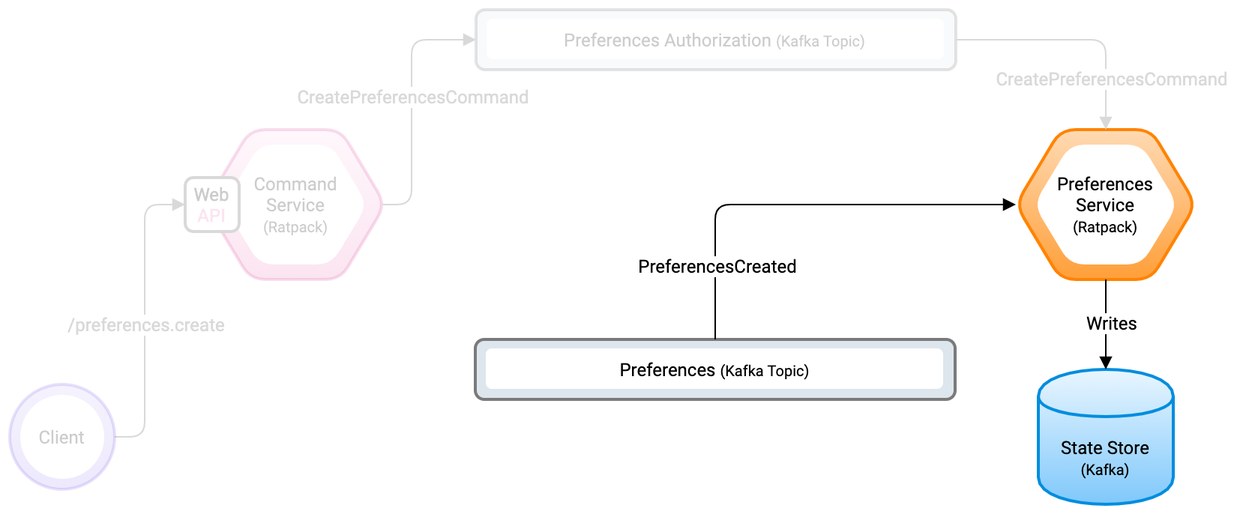
Earlier version of the draw.io export diagrams/kafka-event-store-preferences-service-2.png (pcasas/piggybox). Source tidied: cells renumbered, new cells last; positions are measured from the earlier drawing's top-left corner, leaving out a move shared by most shapes.
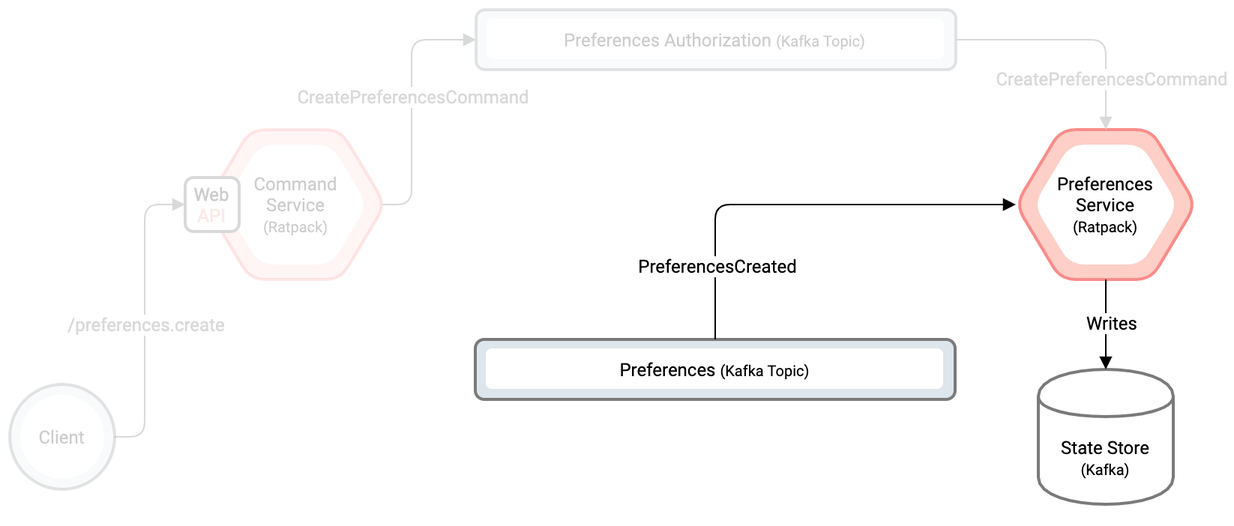
The same diagram one commit later.

What changed in the source:
```diff
@@ -2,25 +2,25 @@
   <root>
     <mxCell id="0" />
     <mxCell id="1" parent="0" />
-    <mxCell id="2" style="shape=hexagon;perimeter=hexagonPerimeter2;whiteSpace=wrap;html=1;strokeWidth=2;fillColor=#FFDAB3;gradientColor=#FF9F39;rounded=1;comic=0;strokeColor=#ff8300;" parent="1" vertex="1">
+    <mxCell id="2" style="shape=hexagon;perimeter=hexagonPerimeter2;whiteSpace=wrap;html=1;strokeWidth=2;fillColor=#FDCFC7;gradientColor=none;rounded=1;comic=0;strokeColor=#F88C8A;" parent="1" vertex="1">
       <mxGeometry x="671" y="80" width="120" height="100" as="geometry" />
     </mxCell>
     <mxCell id="3" value="Preferences&lt;br&gt;Service&lt;br&gt;&lt;font style=&quot;font-size: 10px&quot;&gt;(Ratpack)&lt;/font&gt;" style="shape=hexagon;perimeter=hexagonPerimeter2;whiteSpace=wrap;html=1;strokeWidth=1;fillColor=#FFFFFF;gradientColor=#FFFFFF;dashed=1;fontFamily=Roboto;FType=g;rounded=1;comic=0;strokeColor=none;" parent="1" vertex="1">
       <mxGeometry x="683" y="90" width="96" height="80" as="geometry" />
     </mxCell>
-    <mxCell id="4" value="&lt;font face=&quot;Roboto&quot;&gt;State Store&lt;br&gt;&lt;font style=&quot;font-size: 10px&quot;&gt;(Kafka)&lt;/font&gt;&lt;/font&gt;" style="shape=cylinder;whiteSpace=wrap;html=1;boundedLbl=1;backgroundOutline=1;strokeWidth=2;fillColor=#E9F6FF;gradientColor=#7FC8FB;shadow=0;strokeColor=#008dde;" parent="1" vertex="1">
+    <mxCell id="4" value="&lt;font face=&quot;Roboto&quot;&gt;State Store&lt;br&gt;&lt;font style=&quot;font-size: 10px&quot;&gt;(Kafka)&lt;/font&gt;&lt;/font&gt;" style="shape=cylinder;whiteSpace=wrap;html=1;boundedLbl=1;backgroundOutline=1;strokeWidth=2;fillColor=#FFFFFF;gradientColor=none;shadow=0;strokeColor=#7A7A7A;" parent="1" vertex="1">
       <mxGeometry x="686" y="240" width="90" height="90" as="geometry" />
     </mxCell>
     <mxCell id="5" style="edgeStyle=orthogonalEdgeStyle;rounded=0;orthogonalLoop=1;jettySize=auto;html=1;exitX=0.5;exitY=1;exitDx=0;exitDy=0;startArrow=block;startFill=1;endArrow=block;endFill=1;" parent="1" edge="1" source="4" target="4">
       <mxGeometry relative="1" as="geometry" />
     </mxCell>
-    <mxCell id="6" style="shape=hexagon;perimeter=hexagonPerimeter2;whiteSpace=wrap;html=1;strokeWidth=2;fillColor=#FCD8ED;gradientColor=#EA7AB9;rounded=1;comic=0;strokeColor=#de53a3;textOpacity=20;opacity=20;" parent="1" vertex="1">
+    <mxCell id="6" style="shape=hexagon;perimeter=hexagonPerimeter2;whiteSpace=wrap;html=1;strokeWidth=2;fillColor=#FDCFC7;gradientColor=none;rounded=1;comic=0;strokeColor=#F88C8A;textOpacity=20;opacity=20;" parent="1" vertex="1">
       <mxGeometry x="130.5" y="80" width="120" height="100" as="geometry" />
     </mxCell>
     <mxCell id="7" value="Command&lt;br&gt;Service&lt;br&gt;&lt;font style=&quot;font-size: 10px&quot;&gt;(Ratpack)&lt;/font&gt;" style="shape=hexagon;perimeter=hexagonPerimeter2;whiteSpace=wrap;html=1;strokeWidth=1;fillColor=#FFFFFF;gradientColor=#FFFFFF;dashed=1;fontFamily=Roboto;FType=g;rounded=1;comic=0;strokeColor=none;textOpacity=20;" parent="1" vertex="1">
       <mxGeometry x="142.5" y="90" width="96" height="80" as="geometry" />
     </mxCell>
-    <mxCell id="8" value="&lt;font face=&quot;Roboto&quot;&gt;&lt;b&gt;Web&lt;/b&gt;&lt;br&gt;&lt;font color=&quot;#ea7ab9&quot;&gt;&lt;b&gt;API&lt;/b&gt;&lt;/font&gt;&lt;/font&gt;" style="rounded=1;whiteSpace=wrap;html=1;shadow=0;comic=0;strokeWidth=2;fillColor=#FFF;gradientColor=none;textOpacity=20;strokeColor=#D9D9D9;" parent="1" vertex="1">
+    <mxCell id="8" value="&lt;font face=&quot;Roboto&quot;&gt;&lt;b&gt;Web&lt;/b&gt;&lt;br&gt;&lt;b&gt;&lt;font color=&quot;#f88c8a&quot;&gt;API&lt;/font&gt;&lt;/b&gt;&lt;/font&gt;" style="rounded=1;whiteSpace=wrap;html=1;shadow=0;comic=0;strokeWidth=2;fillColor=#FFF;gradientColor=none;textOpacity=20;strokeColor=#D9D9D9;" parent="1" vertex="1">
       <mxGeometry x="117" y="112" width="36" height="36" as="geometry" />
     </mxCell>
     <mxCell id="9" style="endArrow=none;html=1;entryX=1;entryY=0.5;entryDx=0;entryDy=0;endFill=0;exitX=0;exitY=0.5;exitDx=0;exitDy=0;edgeStyle=orthogonalEdgeStyle;startArrow=block;startFill=1;textOpacity=20;strokeColor=#D9D9D9;" parent="1" edge="1" source="8" target="11">
@@ -36,7 +36,7 @@
         <mxPoint x="2" y="6" as="offset" />
       </mxGeometry>
     </mxCell>
-    <mxCell id="11" style="ellipse;whiteSpace=wrap;html=1;rounded=1;shadow=0;comic=0;strokeColor=#856aeb;strokeWidth=2;fillColor=#A590F3;gradientColor=#CDC1FB;gradientDirection=north;textOpacity=20;opacity=20;" parent="1" vertex="1">
+    <mxCell id="11" style="ellipse;whiteSpace=wrap;html=1;rounded=1;shadow=0;comic=0;strokeColor=#7A7A7A;strokeWidth=2;fillColor=#DEE6ED;gradientColor=none;gradientDirection=north;textOpacity=20;opacity=20;" parent="1" vertex="1">
       <mxGeometry y="250" width="70" height="70" as="geometry" />
     </mxCell>
     <mxCell id="12" value="&lt;font face=&quot;Roboto&quot;&gt;Client&lt;/font&gt;" style="ellipse;whiteSpace=wrap;html=1;rounded=1;shadow=0;comic=0;strokeColor=none;strokeWidth=1;fillColor=#FFF;gradientColor=none;textOpacity=20;" parent="1" vertex="1">
```
